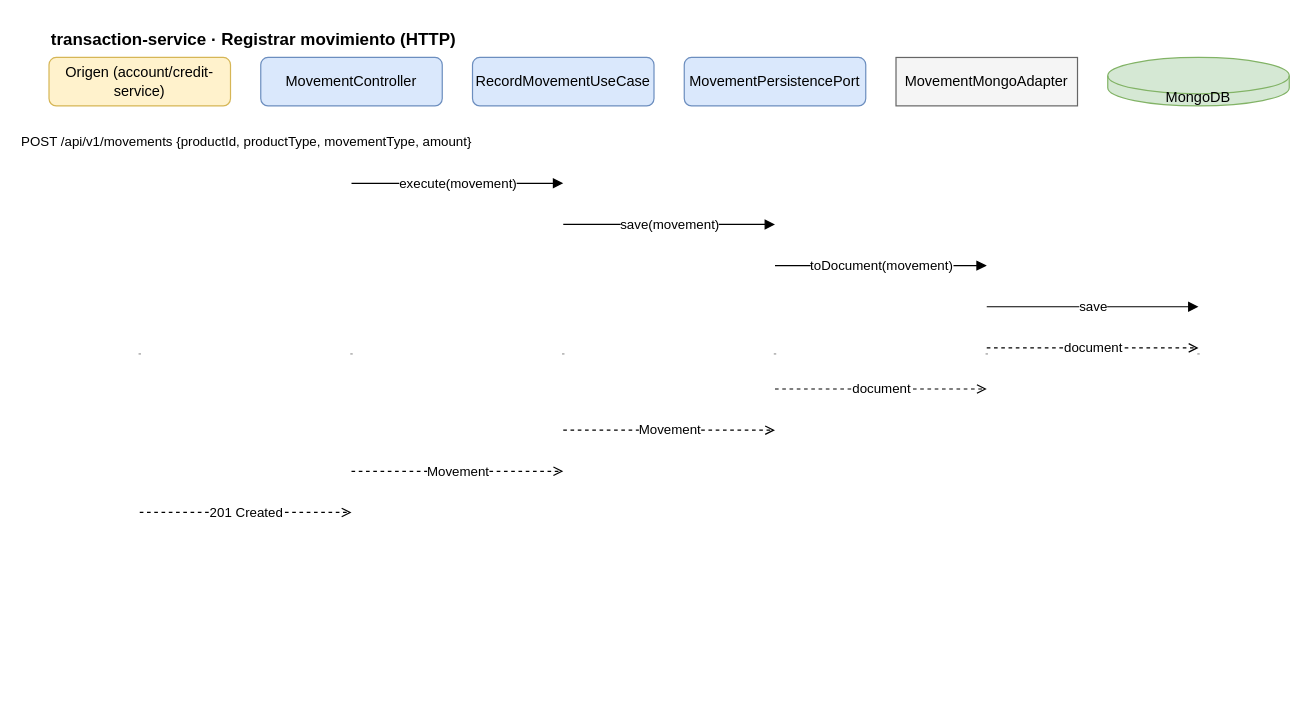
This is docs/diagrams/drawio/09-transaction-http.drawio from Zairex-Code/financial-core, a draw.io file, before an edit. Source tidied: cells renumbered, new cells numbered last; positions are measured from the earlier drawing's top-left corner, leaving out a move shared by most shapes. Both pictures are drawn from the tidied source at 121%, with x=0, y=0 at pixel (48, 21).
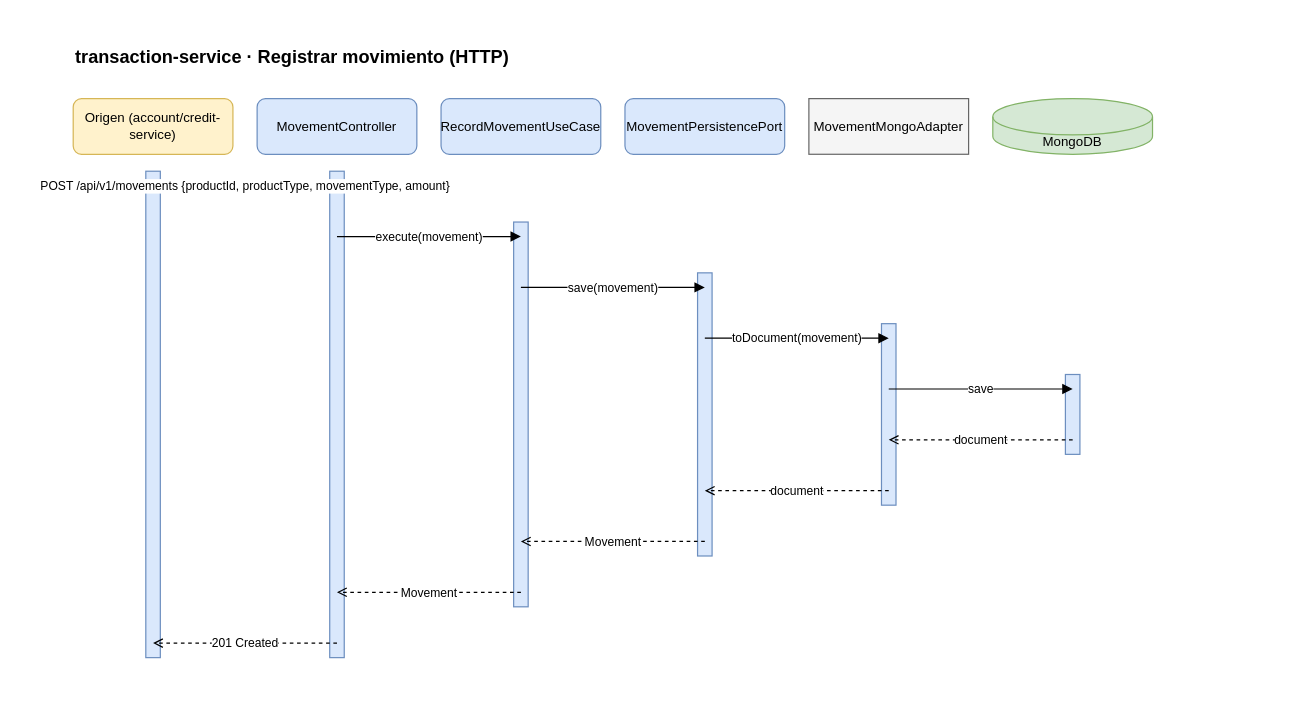
Above is the later version.

What changed in the source:
```diff
@@
+    <mxCell id="8" value="transaction-service · Registrar movimiento (HTTP)" style="text;html=1;align=left;fontSize=15;fontStyle=1;" parent="1" vertex="1">
+      <mxGeometry x="20" y="14" width="900" height="24" as="geometry" />
+    </mxCell>
-    <mxCell id="2" value="Origen (account/credit-service)" style="rounded=1;whiteSpace=wrap;html=1;fillColor=#fff2cc;strokeColor=#d6b656;fontSize=12;" parent="1" vertex="1">
-      <mxGeometry y="30" width="150" height="40" as="geometry" />
+    <mxCell id="2" value="Origen (account/credit-service)" style="rounded=1;whiteSpace=wrap;html=1;fillColor=#fff2cc;strokeColor=#d6b656;fontSize=11;" parent="1" vertex="1">
+      <mxGeometry x="20" y="64" width="132" height="46" as="geometry" />
     </mxCell>
-    <mxCell id="3" value="MovementController" style="rounded=1;whiteSpace=wrap;html=1;fillColor=#dae8fc;strokeColor=#6c8ebf;fontSize=12;" parent="1" vertex="1">
-      <mxGeometry x="175" y="30" width="150" height="40" as="geometry" />
+    <mxCell id="3" value="MovementController" style="rounded=1;whiteSpace=wrap;html=1;fillColor=#dae8fc;strokeColor=#6c8ebf;fontSize=11;fontStyle=0;" parent="1" vertex="1">
+      <mxGeometry x="172" y="64" width="132" height="46" as="geometry" />
     </mxCell>
-    <mxCell id="4" value="RecordMovementUseCase" style="rounded=1;whiteSpace=wrap;html=1;fillColor=#dae8fc;strokeColor=#6c8ebf;fontSize=12;" parent="1" vertex="1">
-      <mxGeometry x="350" y="30" width="150" height="40" as="geometry" />
+    <mxCell id="4" value="RecordMovementUseCase" style="rounded=1;whiteSpace=wrap;html=1;fillColor=#dae8fc;strokeColor=#6c8ebf;fontSize=11;fontStyle=0;" parent="1" vertex="1">
+      <mxGeometry x="324" y="64" width="132" height="46" as="geometry" />
     </mxCell>
-    <mxCell id="5" value="MovementPersistencePort" style="rounded=1;whiteSpace=wrap;html=1;fillColor=#dae8fc;strokeColor=#6c8ebf;fontSize=12;" parent="1" vertex="1">
-      <mxGeometry x="525" y="30" width="150" height="40" as="geometry" />
+    <mxCell id="5" value="MovementPersistencePort" style="rounded=1;whiteSpace=wrap;html=1;fillColor=#dae8fc;strokeColor=#6c8ebf;fontSize=11;fontStyle=0;" parent="1" vertex="1">
+      <mxGeometry x="476" y="64" width="132" height="46" as="geometry" />
     </mxCell>
-    <mxCell id="6" value="MovementMongoAdapter" style="whiteSpace=wrap;html=1;fillColor=#f5f5f5;strokeColor=#666666;fontSize=12;" parent="1" vertex="1">
-      <mxGeometry x="700" y="30" width="150" height="40" as="geometry" />
+    <mxCell id="6" value="MovementMongoAdapter" style="whiteSpace=wrap;html=1;fillColor=#f5f5f5;strokeColor=#666666;fontSize=11;" parent="1" vertex="1">
+      <mxGeometry x="628" y="64" width="132" height="46" as="geometry" />
     </mxCell>
-    <mxCell id="7" value="MongoDB" style="shape=cylinder3;whiteSpace=wrap;html=1;fillColor=#d5e8d4;strokeColor=#82b366;boundedLbl=1;backgroundOutline=1;size=15;fontSize=12;" parent="1" vertex="1">
-      <mxGeometry x="875" y="30" width="150" height="40" as="geometry" />
+    <mxCell id="7" value="MongoDB" style="shape=cylinder3;whiteSpace=wrap;html=1;fillColor=#d5e8d4;strokeColor=#82b366;boundedLbl=1;backgroundOutline=1;size=15;fontSize=11;" parent="1" vertex="1">
+      <mxGeometry x="780" y="64" width="132" height="46" as="geometry" />
     </mxCell>
-    <mxCell id="8" value="transaction-service · Registrar movimiento (HTTP)" style="text;html=1;align=left;fontSize=14;fontStyle=1;" parent="1" vertex="1">
-      <mxGeometry width="400" height="20" as="geometry" />
-    </mxCell>
     <mxCell id="9" style="shape=line;strokeColor=#999999;dashed=1;html=1;" parent="1" vertex="1">
-      <mxGeometry x="74" y="70" width="2" height="410" as="geometry" />
+      <mxGeometry x="85" y="110" width="2" height="444" as="geometry" />
     </mxCell>
     <mxCell id="10" style="shape=line;strokeColor=#999999;dashed=1;html=1;" parent="1" vertex="1">
-      <mxGeometry x="249" y="70" width="2" height="410" as="geometry" />
+      <mxGeometry x="237" y="110" width="2" height="444" as="geometry" />
     </mxCell>
     <mxCell id="11" style="shape=line;strokeColor=#999999;dashed=1;html=1;" parent="1" vertex="1">
-      <mxGeometry x="424" y="70" width="2" height="410" as="geometry" />
+      <mxGeometry x="389" y="110" width="2" height="444" as="geometry" />
     </mxCell>
     <mxCell id="12" style="shape=line;strokeColor=#999999;dashed=1;html=1;" parent="1" vertex="1">
-      <mxGeometry x="599" y="70" width="2" height="410" as="geometry" />
+      <mxGeometry x="541" y="110" width="2" height="444" as="geometry" />
     </mxCell>
     <mxCell id="13" style="shape=line;strokeColor=#999999;dashed=1;html=1;" parent="1" vertex="1">
-      <mxGeometry x="774" y="70" width="2" height="410" as="geometry" />
+      <mxGeometry x="693" y="110" width="2" height="444" as="geometry" />
     </mxCell>
     <mxCell id="14" style="shape=line;strokeColor=#999999;dashed=1;html=1;" parent="1" vertex="1">
-      <mxGeometry x="949" y="70" width="2" height="410" as="geometry" />
+      <mxGeometry x="845" y="110" width="2" height="444" as="geometry" />
     </mxCell>
+    <mxCell id="25" style="rounded=0;html=1;fillColor=#dae8fc;strokeColor=#6c8ebf;" parent="1" vertex="1">
+      <mxGeometry x="80" y="124" width="12" height="402" as="geometry" />
+    </mxCell>
+    <mxCell id="26" style="rounded=0;html=1;fillColor=#dae8fc;strokeColor=#6c8ebf;" parent="1" vertex="1">
+      <mxGeometry x="232" y="124" width="12" height="402" as="geometry" />
+    </mxCell>
+    <mxCell id="27" style="rounded=0;html=1;fillColor=#dae8fc;strokeColor=#6c8ebf;" parent="1" vertex="1">
+      <mxGeometry x="384" y="166" width="12" height="318" as="geometry" />
+    </mxCell>
+    <mxCell id="28" style="rounded=0;html=1;fillColor=#dae8fc;strokeColor=#6c8ebf;" parent="1" vertex="1">
+      <mxGeometry x="536" y="208" width="12" height="234" as="geometry" />
+    </mxCell>
+    <mxCell id="29" style="rounded=0;html=1;fillColor=#dae8fc;strokeColor=#6c8ebf;" parent="1" vertex="1">
+      <mxGeometry x="688" y="250" width="12" height="150" as="geometry" />
+    </mxCell>
+    <mxCell id="30" style="rounded=0;html=1;fillColor=#dae8fc;strokeColor=#6c8ebf;" parent="1" vertex="1">
+      <mxGeometry x="840" y="292" width="12" height="66" as="geometry" />
+    </mxCell>
-    <mxCell id="15" value="POST /api/v1/movements {productId, productType, movementType, amount}" style="edgeStyle=orthogonalEdgeStyle;rounded=0;html=1;endArrow=block;fontSize=11;" parent="1" edge="1">
+    <mxCell id="15" value="POST /api/v1/movements {productId, productType, movementType, amount}" style="edgeStyle=orthogonalEdgeStyle;rounded=0;html=1;endArrow=block;fontSize=10;labelBackgroundColor=#ffffff;" parent="1" edge="1">
       <mxGeometry relative="1" as="geometry">
-        <mxPoint x="75" y="100" as="sourcePoint" />
-        <mxPoint x="250" y="100" as="targetPoint" />
+        <mxPoint x="86" y="136" as="sourcePoint" />
+        <mxPoint x="238" y="136" as="targetPoint" />
       </mxGeometry>
     </mxCell>
-    <mxCell id="16" value="execute(movement)" style="edgeStyle=orthogonalEdgeStyle;rounded=0;html=1;endArrow=block;fontSize=11;" parent="1" edge="1">
+    <mxCell id="16" value="execute(movement)" style="edgeStyle=orthogonalEdgeStyle;rounded=0;html=1;endArrow=block;fontSize=10;labelBackgroundColor=#ffffff;" parent="1" edge="1">
       <mxGeometry relative="1" as="geometry">
-        <mxPoint x="250" y="134" as="sourcePoint" />
-        <mxPoint x="425" y="134" as="targetPoint" />
+        <mxPoint x="238" y="178" as="sourcePoint" />
+        <mxPoint x="390" y="178" as="targetPoint" />
       </mxGeometry>
     </mxCell>
-    <mxCell id="17" value="save(movement)" style="edgeStyle=orthogonalEdgeStyle;rounded=0;html=1;endArrow=block;fontSize=11;" parent="1" edge="1">
+    <mxCell id="17" value="save(movement)" style="edgeStyle=orthogonalEdgeStyle;rounded=0;html=1;endArrow=block;fontSize=10;labelBackgroundColor=#ffffff;" parent="1" edge="1">
       <mxGeometry relative="1" as="geometry">
-        <mxPoint x="425" y="168" as="sourcePoint" />
-        <mxPoint x="600" y="168" as="targetPoint" />
+        <mxPoint x="390" y="220" as="sourcePoint" />
+        <mxPoint x="542" y="220" as="targetPoint" />
       </mxGeometry>
     </mxCell>
-    <mxCell id="18" value="toDocument(movement)" style="edgeStyle=orthogonalEdgeStyle;rounded=0;html=1;endArrow=block;fontSize=11;" parent="1" edge="1">
+    <mxCell id="18" value="toDocument(movement)" style="edgeStyle=orthogonalEdgeStyle;rounded=0;html=1;endArrow=block;fontSize=10;labelBackgroundColor=#ffffff;" parent="1" edge="1">
       <mxGeometry relative="1" as="geometry">
-        <mxPoint x="600" y="202" as="sourcePoint" />
-        <mxPoint x="775" y="202" as="targetPoint" />
+        <mxPoint x="542" y="262" as="sourcePoint" />
+        <mxPoint x="694" y="262" as="targetPoint" />
       </mxGeometry>
     </mxCell>
-    <mxCell id="19" value="save" style="edgeStyle=orthogonalEdgeStyle;rounded=0;html=1;endArrow=block;fontSize=11;" parent="1" edge="1">
+    <mxCell id="19" value="save" style="edgeStyle=orthogonalEdgeStyle;rounded=0;html=1;endArrow=block;fontSize=10;labelBackgroundColor=#ffffff;" parent="1" edge="1">
       <mxGeometry relative="1" as="geometry">
-        <mxPoint x="775" y="236" as="sourcePoint" />
-        <mxPoint x="950" y="236" as="targetPoint" />
+        <mxPoint x="694" y="304" as="sourcePoint" />
+        <mxPoint x="846" y="304" as="targetPoint" />
       </mxGeometry>
     </mxCell>
-    <mxCell id="20" value="document" style="edgeStyle=orthogonalEdgeStyle;rounded=0;html=1;dashed=1;endArrow=open;fontSize=11;" parent="1" edge="1">
+    <mxCell id="20" value="document" style="edgeStyle=orthogonalEdgeStyle;rounded=0;html=1;dashed=1;endArrow=open;fontSize=10;labelBackgroundColor=#ffffff;" parent="1" edge="1">
       <mxGeometry relative="1" as="geometry">
-        <mxPoint x="775" y="270" as="sourcePoint" />
-        <mxPoint x="950" y="270" as="targetPoint" />
+        <mxPoint x="846" y="346" as="sourcePoint" />
+        <mxPoint x="694" y="346" as="targetPoint" />
       </mxGeometry>
     </mxCell>
-    <mxCell id="21" value="document" style="edgeStyle=orthogonalEdgeStyle;rounded=0;html=1;dashed=1;endArrow=open;fontSize=11;" parent="1" edge="1">
+    <mxCell id="21" value="document" style="edgeStyle=orthogonalEdgeStyle;rounded=0;html=1;dashed=1;endArrow=open;fontSize=10;labelBackgroundColor=#ffffff;" parent="1" edge="1">
       <mxGeometry relative="1" as="geometry">
-        <mxPoint x="600" y="304" as="sourcePoint" />
-        <mxPoint x="775" y="304" as="targetPoint" />
+        <mxPoint x="694" y="388" as="sourcePoint" />
+        <mxPoint x="542" y="388" as="targetPoint" />
       </mxGeometry>
     </mxCell>
-    <mxCell id="22" value="Movement" style="edgeStyle=orthogonalEdgeStyle;rounded=0;html=1;dashed=1;endArrow=open;fontSize=11;" parent="1" edge="1">
+    <mxCell id="22" value="Movement" style="edgeStyle=orthogonalEdgeStyle;rounded=0;html=1;dashed=1;endArrow=open;fontSize=10;labelBackgroundColor=#ffffff;" parent="1" edge="1">
       <mxGeometry relative="1" as="geometry">
-        <mxPoint x="425" y="338" as="sourcePoint" />
-        <mxPoint x="600" y="338" as="targetPoint" />
+        <mxPoint x="542" y="430" as="sourcePoint" />
+        <mxPoint x="390" y="430" as="targetPoint" />
       </mxGeometry>
     </mxCell>
-    <mxCell id="23" value="Movement" style="edgeStyle=orthogonalEdgeStyle;rounded=0;html=1;dashed=1;endArrow=open;fontSize=11;" parent="1" edge="1">
+    <mxCell id="23" value="Movement" style="edgeStyle=orthogonalEdgeStyle;rounded=0;html=1;dashed=1;endArrow=open;fontSize=10;labelBackgroundColor=#ffffff;" parent="1" edge="1">
       <mxGeometry relative="1" as="geometry">
-        <mxPoint x="250" y="372" as="sourcePoint" />
-        <mxPoint x="425" y="372" as="targetPoint" />
+        <mxPoint x="390" y="472" as="sourcePoint" />
+        <mxPoint x="238" y="472" as="targetPoint" />
       </mxGeometry>
     </mxCell>
-    <mxCell id="24" value="201 Created" style="edgeStyle=orthogonalEdgeStyle;rounded=0;html=1;dashed=1;endArrow=open;fontSize=11;" parent="1" edge="1">
+    <mxCell id="24" value="201 Created" style="edgeStyle=orthogonalEdgeStyle;rounded=0;html=1;dashed=1;endArrow=open;fontSize=10;labelBackgroundColor=#ffffff;" parent="1" edge="1">
       <mxGeometry relative="1" as="geometry">
-        <mxPoint x="75" y="406" as="sourcePoint" />
-        <mxPoint x="250" y="406" as="targetPoint" />
+        <mxPoint x="238" y="514" as="sourcePoint" />
+        <mxPoint x="86" y="514" as="targetPoint" />
       </mxGeometry>
     </mxCell>
```
